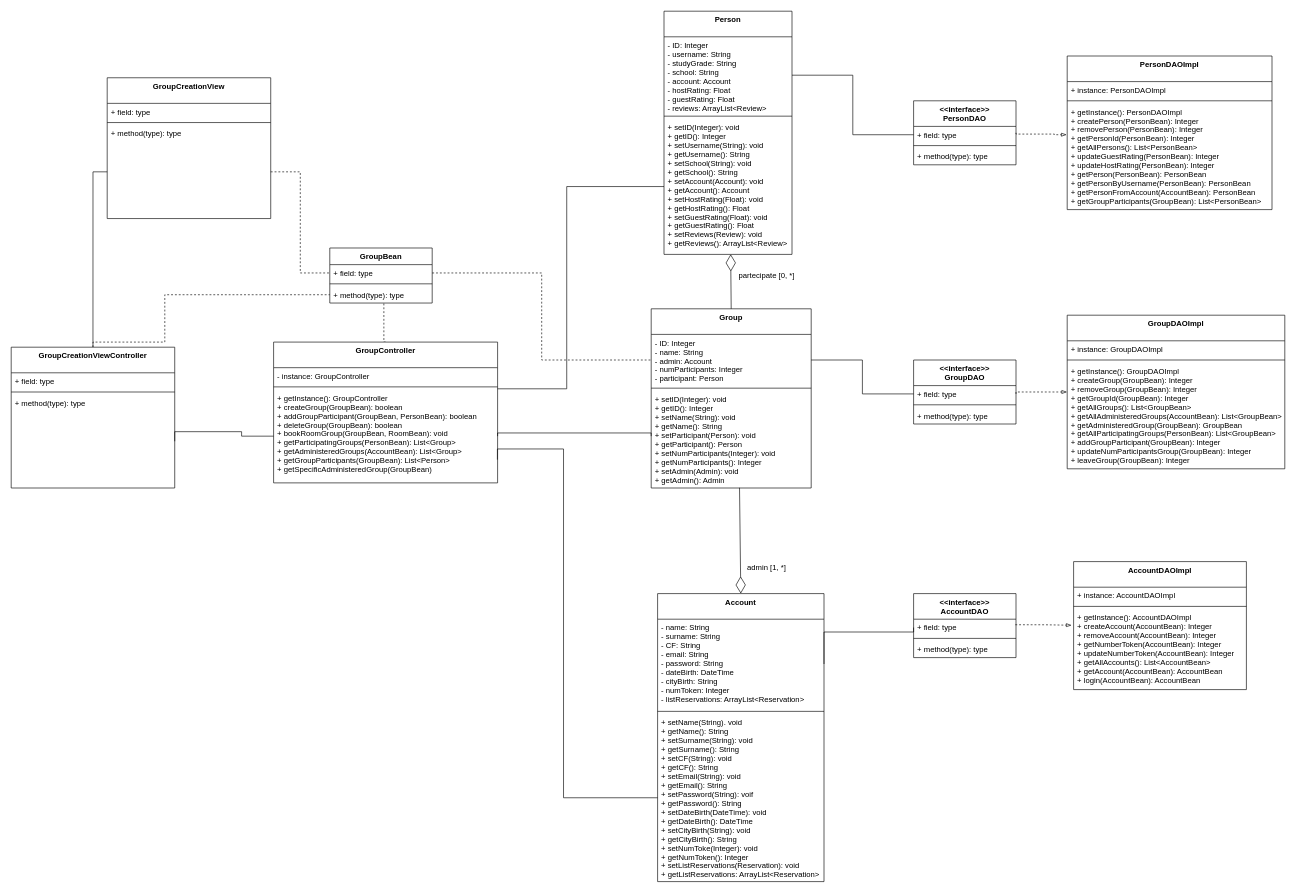
Before: Deliverables/Design Level Class Diagram/DLCD Create Study Group Dalena.drawio in nic-agos/DoveStudi, a draw.io diagram. Source tidied: cells renumbered, new cells numbered last; positions are measured from the earlier drawing's top-left corner, leaving out a move shared by most shapes. Both pictures are drawn from the tidied source at 64%, with x=0, y=0 at pixel (11, 11).
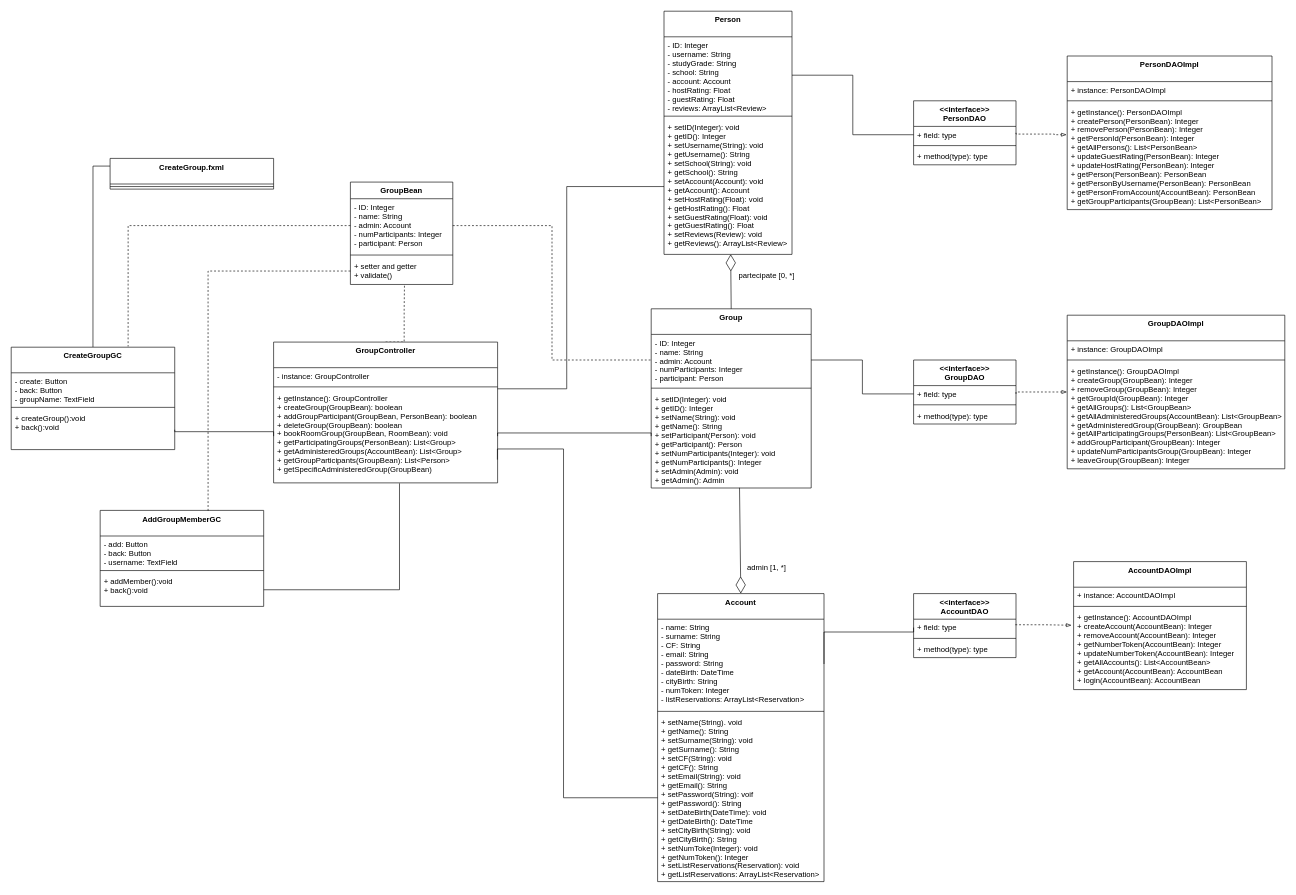
After the change.

Unchanged cells that the change refers to:
```xml
<mxCell id="15" value="GroupController" style="swimlane;fontStyle=1;align=center;verticalAlign=top;horizontal=1;startSize=40;" parent="1" vertex="1">
  <mxGeometry x="410" y="517" width="350" height="220" as="geometry" />
</mxCell>
<mxCell id="18" value="+ getInstance(): GroupController&#10;+ createGroup(GroupBean): boolean&#10;+ addGroupParticipant(GroupBean, PersonBean): boolean&#10;+ deleteGroup(GroupBean): boolean&#10;+ bookRoomGroup(GroupBean, RoomBean): void&#10;+ getParticipatingGroups(PersonBean): List&lt;Group&gt;&#10;+ getAdministeredGroups(AccountBean): List&lt;Group&gt;&#10;+ getGroupParticipants(GroupBean): List&lt;Person&gt;&#10;+ getSpecificAdministeredGroup(GroupBean)" style="text;strokeColor=none;fillColor=none;align=left;verticalAlign=top;spacingLeft=4;spacingRight=4;overflow=hidden;points=[[0,0.5],[1,0.5]];portConstraint=eastwest;" parent="15" vertex="1">
  <mxGeometry y="74" width="350" height="146" as="geometry" />
</mxCell>
```

The edit, as a diff of the source:
```diff
@@
     <mxCell id="14" style="edgeStyle=orthogonalEdgeStyle;rounded=0;jettySize=auto;html=1;exitX=0.5;exitY=0;exitDx=0;exitDy=0;endArrow=none;endFill=0;entryX=0.528;entryY=1.03;entryDx=0;entryDy=0;entryPerimeter=0;dashed=1;" parent="1" edge="1" source="15" target="40">
       <mxGeometry relative="1" as="geometry">
         <Array as="points">
-          <mxPoint x="582" y="517" />
+          <mxPoint x="614" y="517" />
+          <mxPoint x="614" y="467" />
         </Array>
       </mxGeometry>
     </mxCell>
@@
     <mxCell id="37" value="GroupBean" style="swimlane;fontStyle=1;align=center;verticalAlign=top;horizontal=1;startSize=26;" parent="1" vertex="1">
-      <mxGeometry x="497.8" y="370" width="160" height="86" as="geometry" />
+      <mxGeometry x="530" y="267" width="160" height="160" as="geometry" />
     </mxCell>
-    <mxCell id="38" value="+ field: type" style="text;strokeColor=none;fillColor=none;align=left;verticalAlign=top;spacingLeft=4;spacingRight=4;overflow=hidden;points=[[0,0.5],[1,0.5]];portConstraint=eastwest;" parent="37" vertex="1">
-      <mxGeometry y="26" width="160" height="26" as="geometry" />
+    <mxCell id="38" value="- ID: Integer&#10;- name: String&#10;- admin: Account&#10;- numParticipants: Integer&#10;- participant: Person&#10;" style="text;strokeColor=none;fillColor=none;align=left;verticalAlign=top;spacingLeft=4;spacingRight=4;overflow=hidden;points=[[0,0.5],[1,0.5]];portConstraint=eastwest;" parent="37" vertex="1">
+      <mxGeometry y="26" width="160" height="84" as="geometry" />
     </mxCell>
     <mxCell id="39" style="line;strokeWidth=1;fillColor=none;align=left;verticalAlign=middle;spacingTop=-1;spacingLeft=3;spacingRight=3;labelPosition=right;" parent="37" vertex="1">
-      <mxGeometry y="52" width="160" height="8" as="geometry" />
+      <mxGeometry y="110" width="160" height="8" as="geometry" />
     </mxCell>
-    <mxCell id="40" value="+ method(type): type" style="text;strokeColor=none;fillColor=none;align=left;verticalAlign=top;spacingLeft=4;spacingRight=4;overflow=hidden;points=[[0,0.5],[1,0.5]];portConstraint=eastwest;" parent="37" vertex="1">
-      <mxGeometry y="60" width="160" height="26" as="geometry" />
+    <mxCell id="40" value="+ setter and getter&#10;+ validate()" style="text;strokeColor=none;fillColor=none;align=left;verticalAlign=top;spacingLeft=4;spacingRight=4;overflow=hidden;points=[[0,0.5],[1,0.5]];portConstraint=eastwest;" parent="37" vertex="1">
+      <mxGeometry y="118" width="160" height="42" as="geometry" />
     </mxCell>
-    <mxCell id="41" style="edgeStyle=orthogonalEdgeStyle;rounded=0;jettySize=auto;html=1;exitX=0.5;exitY=0;exitDx=0;exitDy=0;entryX=0;entryY=0.5;entryDx=0;entryDy=0;endArrow=none;endFill=0;dashed=1;" parent="1" edge="1" source="43" target="40">
-      <mxGeometry relative="1" as="geometry">
-        <Array as="points">
-          <mxPoint x="240" y="517" />
-          <mxPoint x="240" y="443" />
-        </Array>
-      </mxGeometry>
-    </mxCell>
-    <mxCell id="42" style="edgeStyle=orthogonalEdgeStyle;rounded=0;jettySize=auto;html=1;exitX=0.5;exitY=0;exitDx=0;exitDy=0;entryX=0;entryY=0.5;entryDx=0;entryDy=0;endArrow=none;endFill=0;" parent="1" edge="1" source="43" target="50">
+    <mxCell id="42" style="edgeStyle=orthogonalEdgeStyle;rounded=0;jettySize=auto;html=1;exitX=0.5;exitY=0;exitDx=0;exitDy=0;endArrow=none;endFill=0;entryX=0;entryY=0.25;entryDx=0;entryDy=0;" parent="1" edge="1" source="43" target="47">
       <mxGeometry relative="1" as="geometry" />
     </mxCell>
-    <mxCell id="43" value="GroupCreationViewController" style="swimlane;fontStyle=1;align=center;verticalAlign=top;horizontal=1;startSize=40;" parent="1" vertex="1">
-      <mxGeometry y="525" width="255.5" height="220" as="geometry" />
+    <mxCell id="43" value="CreateGroupGC" style="swimlane;fontStyle=1;align=center;verticalAlign=top;horizontal=1;startSize=40;" parent="1" vertex="1">
+      <mxGeometry y="525" width="255.5" height="160" as="geometry" />
     </mxCell>
-    <mxCell id="44" value="+ field: type" style="text;strokeColor=none;fillColor=none;align=left;verticalAlign=top;spacingLeft=4;spacingRight=4;overflow=hidden;" parent="43" vertex="1">
-      <mxGeometry y="40" width="255.5" height="26" as="geometry" />
+    <mxCell id="44" value="- create: Button&#10;- back: Button&#10;- groupName: TextField" style="text;strokeColor=none;fillColor=none;align=left;verticalAlign=top;spacingLeft=4;spacingRight=4;overflow=hidden;" parent="43" vertex="1">
+      <mxGeometry y="40" width="255.5" height="50" as="geometry" />
     </mxCell>
     <mxCell id="45" style="line;strokeWidth=1;fillColor=none;align=left;verticalAlign=middle;spacingTop=-1;spacingLeft=3;spacingRight=3;labelPosition=right;" parent="43" vertex="1">
-      <mxGeometry y="66" width="255.5" height="8" as="geometry" />
+      <mxGeometry y="90" width="255.5" height="8" as="geometry" />
     </mxCell>
-    <mxCell id="46" value="+ method(type): type" style="text;strokeColor=none;fillColor=none;align=left;verticalAlign=top;spacingLeft=4;spacingRight=4;overflow=hidden;points=[[0,0.5],[1,0.5]];portConstraint=eastwest;" parent="43" vertex="1">
-      <mxGeometry y="74" width="255.5" height="146" as="geometry" />
+    <mxCell id="46" value="+ createGroup():void&#10;+ back():void" style="text;strokeColor=none;fillColor=none;align=left;verticalAlign=top;spacingLeft=4;spacingRight=4;overflow=hidden;points=[[0,0.5],[1,0.5]];portConstraint=eastwest;" parent="43" vertex="1">
+      <mxGeometry y="98" width="255.5" height="62" as="geometry" />
     </mxCell>
-    <mxCell id="47" value="GroupCreationView" style="swimlane;fontStyle=1;align=center;verticalAlign=top;horizontal=1;startSize=40;" parent="1" vertex="1">
-      <mxGeometry x="150" y="104" width="255.5" height="220" as="geometry" />
+    <mxCell id="47" value="CreateGroup.fxml" style="swimlane;fontStyle=1;align=center;verticalAlign=top;horizontal=1;startSize=40;" parent="1" vertex="1">
+      <mxGeometry x="154.5" y="230" width="255.5" height="48" as="geometry" />
     </mxCell>
-    <mxCell id="48" value="+ field: type" style="text;strokeColor=none;fillColor=none;align=left;verticalAlign=top;spacingLeft=4;spacingRight=4;overflow=hidden;" parent="47" vertex="1">
-      <mxGeometry y="40" width="255.5" height="26" as="geometry" />
-    </mxCell>
     <mxCell id="49" style="line;strokeWidth=1;fillColor=none;align=left;verticalAlign=middle;spacingTop=-1;spacingLeft=3;spacingRight=3;labelPosition=right;" parent="47" vertex="1">
-      <mxGeometry y="66" width="255.5" height="8" as="geometry" />
+      <mxGeometry y="40" width="255.5" height="8" as="geometry" />
     </mxCell>
-    <mxCell id="50" value="+ method(type): type" style="text;strokeColor=none;fillColor=none;align=left;verticalAlign=top;spacingLeft=4;spacingRight=4;overflow=hidden;points=[[0,0.5],[1,0.5]];portConstraint=eastwest;" parent="47" vertex="1">
-      <mxGeometry y="74" width="255.5" height="146" as="geometry" />
-    </mxCell>
-    <mxCell id="51" style="edgeStyle=orthogonalEdgeStyle;rounded=0;jettySize=auto;html=1;exitX=1;exitY=0.5;exitDx=0;exitDy=0;entryX=0;entryY=0.5;entryDx=0;entryDy=0;endArrow=none;endFill=0;dashed=1;" parent="1" edge="1" source="50" target="38">
-      <mxGeometry relative="1" as="geometry" />
-    </mxCell>
@@
     <mxCell id="53" style="edgeStyle=orthogonalEdgeStyle;rounded=0;jettySize=auto;html=1;exitX=1;exitY=0.5;exitDx=0;exitDy=0;entryX=0;entryY=0.5;entryDx=0;entryDy=0;endArrow=none;endFill=0;" parent="1" edge="1" source="46" target="18">
       <mxGeometry relative="1" as="geometry">
         <Array as="points">
-          <mxPoint x="360" y="657" />
-          <mxPoint x="360" y="664" />
+          <mxPoint x="255" y="657" />
+          <mxPoint x="410" y="657" />
         </Array>
       </mxGeometry>
     </mxCell>
@@
+    <mxCell id="73" value="AddGroupMemberGC" style="swimlane;fontStyle=1;align=center;verticalAlign=top;horizontal=1;startSize=40;" parent="1" vertex="1">
+      <mxGeometry x="139" y="780" width="255.5" height="150" as="geometry" />
+    </mxCell>
+    <mxCell id="74" value="- add: Button&#10;- back: Button&#10;- username: TextField" style="text;strokeColor=none;fillColor=none;align=left;verticalAlign=top;spacingLeft=4;spacingRight=4;overflow=hidden;" parent="73" vertex="1">
+      <mxGeometry y="40" width="255.5" height="50" as="geometry" />
+    </mxCell>
+    <mxCell id="75" style="line;strokeWidth=1;fillColor=none;align=left;verticalAlign=middle;spacingTop=-1;spacingLeft=3;spacingRight=3;labelPosition=right;" parent="73" vertex="1">
+      <mxGeometry y="90" width="255.5" height="8" as="geometry" />
+    </mxCell>
+    <mxCell id="76" value="+ addMember():void&#10;+ back():void" style="text;strokeColor=none;fillColor=none;align=left;verticalAlign=top;spacingLeft=4;spacingRight=4;overflow=hidden;points=[[0,0.5],[1,0.5]];portConstraint=eastwest;" parent="73" vertex="1">
+      <mxGeometry y="98" width="255.5" height="52" as="geometry" />
+    </mxCell>
+    <mxCell id="77" style="edgeStyle=orthogonalEdgeStyle;rounded=0;jettySize=auto;html=1;exitX=0;exitY=0.5;exitDx=0;exitDy=0;entryX=0.715;entryY=-0.007;entryDx=0;entryDy=0;entryPerimeter=0;dashed=1;endArrow=none;endFill=0;" parent="1" edge="1" source="38" target="43">
+      <mxGeometry relative="1" as="geometry" />
+    </mxCell>
+    <mxCell id="78" style="edgeStyle=orthogonalEdgeStyle;rounded=0;jettySize=auto;html=1;exitX=0;exitY=0.5;exitDx=0;exitDy=0;entryX=0.66;entryY=0.005;entryDx=0;entryDy=0;entryPerimeter=0;dashed=1;endArrow=none;endFill=0;" parent="1" edge="1" source="40" target="73">
+      <mxGeometry relative="1" as="geometry" />
+    </mxCell>
+    <mxCell id="79" style="edgeStyle=orthogonalEdgeStyle;rounded=0;jettySize=auto;html=1;exitX=1;exitY=0.5;exitDx=0;exitDy=0;entryX=0.562;entryY=1.005;entryDx=0;entryDy=0;entryPerimeter=0;endArrow=none;endFill=0;" parent="1" edge="1" source="76" target="18">
+      <mxGeometry relative="1" as="geometry" />
+    </mxCell>
```
